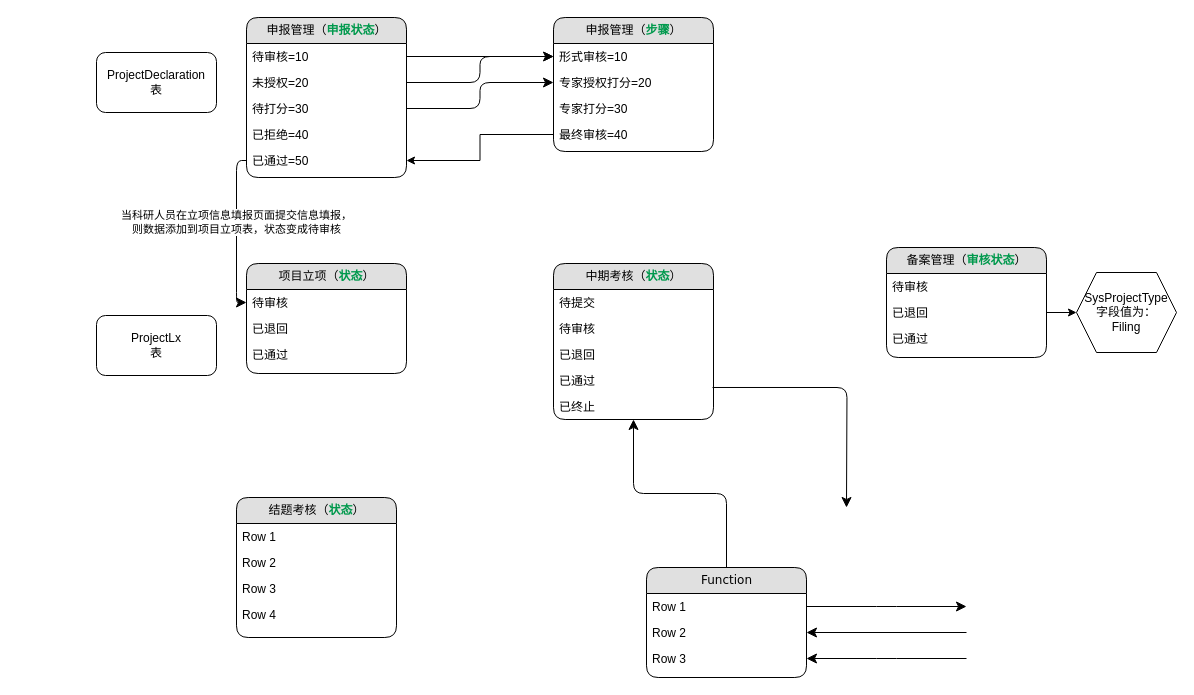
This is 未命名绘图.drawio from wanghuabei/bei, a draw.io file, before an edit. Source tidied: cells renumbered, new cells numbered last; positions are measured from the earlier drawing's top-left corner, leaving out a move shared by most shapes. Both pictures are drawn from the tidied source at 100%, with x=0, y=0 at pixel (96, 17).
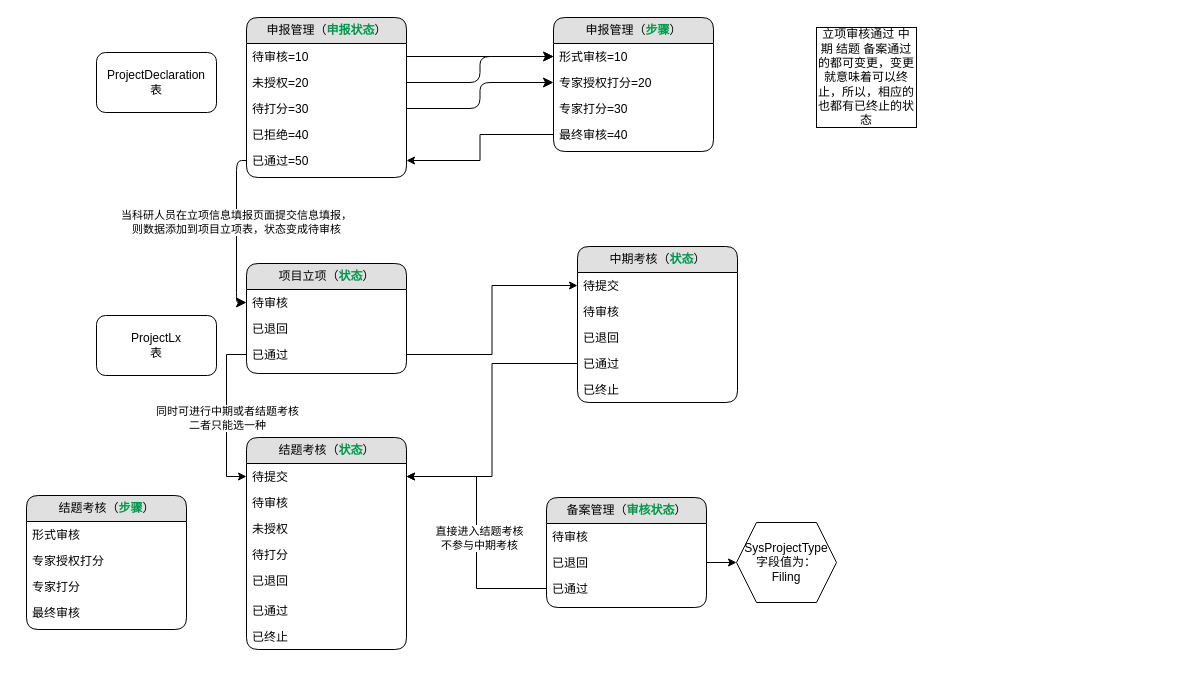
The same diagram, later.

Commit message (it also covers changes not shown here):
更新未命名绘图.drawio

Unchanged cells that the change refers to:
```xml
<mxCell id="17" value="已通过" style="text;html=1;strokeColor=none;fillColor=none;spacingLeft=4;spacingRight=4;whiteSpace=wrap;overflow=hidden;points=[[0,0.5],[1,0.5]];portConstraint=eastwest;" parent="14" vertex="1">
  <mxGeometry y="78" width="160" height="26" as="geometry" />
</mxCell>
<mxCell id="24" value="待提交" style="text;html=1;strokeColor=none;fillColor=none;spacingLeft=4;spacingRight=4;whiteSpace=wrap;overflow=hidden;points=[[0,0.5],[1,0.5]];portConstraint=eastwest;" parent="23" vertex="1">
  <mxGeometry y="26" width="160" height="26" as="geometry" />
</mxCell>
<mxCell id="27" value="已通过" style="text;html=1;strokeColor=none;fillColor=none;spacingLeft=4;spacingRight=4;whiteSpace=wrap;overflow=hidden;points=[[0,0.5],[1,0.5]];portConstraint=eastwest;" parent="23" vertex="1">
  <mxGeometry y="104" width="160" height="26" as="geometry" />
</mxCell>
<mxCell id="46" value="已通过" style="text;html=1;strokeColor=none;fillColor=none;spacingLeft=4;spacingRight=4;whiteSpace=wrap;overflow=hidden;points=[[0,0.5],[1,0.5]];portConstraint=eastwest;" parent="43" vertex="1">
  <mxGeometry y="78" width="160" height="26" as="geometry" />
</mxCell>
```

Diff of the diagram source:
```diff
@@
-    <mxCell id="18" value="结题考核（&lt;b&gt;&lt;font color=&quot;#00994d&quot;&gt;状态&lt;/font&gt;&lt;/b&gt;）" style="swimlane;html=1;fontStyle=0;horizontal=1;startSize=26;fillColor=#e0e0e0;swimlaneFillColor=#ffffff;align=center;rounded=1;shadow=0;comic=0;labelBackgroundColor=none;strokeWidth=1;fontFamily=Verdana;fontSize=12;" parent="1" vertex="1">
-      <mxGeometry x="140" y="480" width="160" height="140" as="geometry" />
-    </mxCell>
-    <mxCell id="19" value="Row 1" style="text;html=1;strokeColor=none;fillColor=none;spacingLeft=4;spacingRight=4;whiteSpace=wrap;overflow=hidden;" parent="18" vertex="1">
-      <mxGeometry y="26" width="160" height="26" as="geometry" />
-    </mxCell>
-    <mxCell id="20" value="Row 2" style="text;html=1;strokeColor=none;fillColor=none;spacingLeft=4;spacingRight=4;whiteSpace=wrap;overflow=hidden;" parent="18" vertex="1">
-      <mxGeometry y="52" width="160" height="26" as="geometry" />
-    </mxCell>
-    <mxCell id="21" value="Row 3" style="text;html=1;strokeColor=none;fillColor=none;spacingLeft=4;spacingRight=4;whiteSpace=wrap;overflow=hidden;" parent="18" vertex="1">
-      <mxGeometry y="78" width="160" height="26" as="geometry" />
-    </mxCell>
-    <mxCell id="22" value="Row 4" style="text;html=1;strokeColor=none;fillColor=none;spacingLeft=4;spacingRight=4;whiteSpace=wrap;overflow=hidden;" parent="18" vertex="1">
-      <mxGeometry y="104" width="160" height="26" as="geometry" />
-    </mxCell>
     <mxCell id="23" value="中期考核（&lt;b&gt;&lt;font color=&quot;#00994d&quot;&gt;状态&lt;/font&gt;&lt;/b&gt;）" style="swimlane;html=1;fontStyle=0;horizontal=1;startSize=26;fillColor=#e0e0e0;swimlaneFillColor=#ffffff;align=center;rounded=1;shadow=0;comic=0;labelBackgroundColor=none;strokeWidth=1;fontFamily=Verdana;fontSize=12;" parent="1" vertex="1">
-      <mxGeometry x="457" y="246" width="160" height="156" as="geometry" />
+      <mxGeometry x="481" y="229" width="160" height="156" as="geometry" />
     </mxCell>
@@
-    <mxCell id="29" value="Function" style="swimlane;html=1;fontStyle=0;horizontal=1;startSize=26;fillColor=#e0e0e0;swimlaneFillColor=#ffffff;align=center;rounded=1;shadow=0;comic=0;labelBackgroundColor=none;strokeWidth=1;fontFamily=Verdana;fontSize=12;" parent="1" vertex="1">
-      <mxGeometry x="550" y="550" width="160" height="110" as="geometry" />
-    </mxCell>
-    <mxCell id="30" value="Row 1" style="text;html=1;strokeColor=none;fillColor=none;spacingLeft=4;spacingRight=4;whiteSpace=wrap;overflow=hidden;points=[[0,0.5],[1,0.5]];portConstraint=eastwest;" parent="29" vertex="1">
-      <mxGeometry y="26" width="160" height="26" as="geometry" />
-    </mxCell>
-    <mxCell id="31" value="Row 2" style="text;html=1;strokeColor=none;fillColor=none;spacingLeft=4;spacingRight=4;whiteSpace=wrap;overflow=hidden;points=[[0,0.5],[1,0.5]];portConstraint=eastwest;" parent="29" vertex="1">
-      <mxGeometry y="52" width="160" height="26" as="geometry" />
-    </mxCell>
-    <mxCell id="32" value="Row 3" style="text;html=1;strokeColor=none;fillColor=none;spacingLeft=4;spacingRight=4;whiteSpace=wrap;overflow=hidden;points=[[0,0.5],[1,0.5]];portConstraint=eastwest;" parent="29" vertex="1">
-      <mxGeometry y="78" width="160" height="26" as="geometry" />
-    </mxCell>
@@
-    <mxCell id="35" style="edgeStyle=orthogonalEdgeStyle;html=1;labelBackgroundColor=none;startFill=0;startSize=8;endFill=1;endSize=8;fontFamily=Verdana;fontSize=12;" parent="1" edge="1" source="29" target="23">
-      <mxGeometry relative="1" as="geometry" />
-    </mxCell>
@@
-    <mxCell id="38" style="edgeStyle=orthogonalEdgeStyle;html=1;labelBackgroundColor=none;startFill=0;startSize=8;endFill=1;endSize=8;fontFamily=Verdana;fontSize=12;exitX=0.994;exitY=0.769;exitDx=0;exitDy=0;exitPerimeter=0;" parent="1" edge="1" source="27">
-      <mxGeometry relative="1" as="geometry">
-        <mxPoint x="750" y="490" as="targetPoint" />
-      </mxGeometry>
-    </mxCell>
-    <mxCell id="39" style="edgeStyle=orthogonalEdgeStyle;html=1;exitX=1;exitY=0.5;labelBackgroundColor=none;startFill=0;startSize=8;endFill=1;endSize=8;fontFamily=Verdana;fontSize=12;" parent="1" edge="1" source="30">
-      <mxGeometry relative="1" as="geometry">
-        <mxPoint x="870" y="589" as="targetPoint" />
-      </mxGeometry>
-    </mxCell>
-    <mxCell id="40" style="edgeStyle=orthogonalEdgeStyle;html=1;labelBackgroundColor=none;startFill=0;startSize=8;endFill=1;endSize=8;fontFamily=Verdana;fontSize=12;entryX=1;entryY=0.5;" parent="1" edge="1" target="31">
-      <mxGeometry relative="1" as="geometry">
-        <mxPoint x="870" y="615" as="sourcePoint" />
-        <Array as="points">
-          <mxPoint x="870" y="615" />
-        </Array>
-      </mxGeometry>
-    </mxCell>
-    <mxCell id="41" style="edgeStyle=orthogonalEdgeStyle;html=1;labelBackgroundColor=none;startFill=0;startSize=8;endFill=1;endSize=8;fontFamily=Verdana;fontSize=12;entryX=1;entryY=0.5;" parent="1" edge="1" target="32">
-      <mxGeometry relative="1" as="geometry">
-        <mxPoint x="870" y="641" as="sourcePoint" />
-        <Array as="points">
-          <mxPoint x="790" y="641" />
-          <mxPoint x="790" y="641" />
-        </Array>
-      </mxGeometry>
-    </mxCell>
@@
     <mxCell id="43" value="备案管理（&lt;b&gt;&lt;font color=&quot;#00994d&quot;&gt;审核&lt;/font&gt;&lt;/b&gt;&lt;b style=&quot;border-color: var(--border-color);&quot;&gt;&lt;font style=&quot;border-color: var(--border-color);&quot; color=&quot;#00994d&quot;&gt;状态&lt;/font&gt;&lt;/b&gt;）" style="swimlane;html=1;fontStyle=0;horizontal=1;startSize=26;fillColor=#e0e0e0;swimlaneFillColor=#ffffff;align=center;rounded=1;shadow=0;comic=0;labelBackgroundColor=none;strokeWidth=1;fontFamily=Verdana;fontSize=12;" parent="1" vertex="1">
-      <mxGeometry x="790" y="230" width="160" height="110" as="geometry" />
+      <mxGeometry x="450" y="480" width="160" height="110" as="geometry" />
     </mxCell>
@@
     <mxCell id="49" value="SysProjectType&lt;br&gt;字段值为：&lt;br&gt;Filing" style="shape=hexagon;perimeter=hexagonPerimeter2;whiteSpace=wrap;html=1;fixedSize=1;" parent="1" vertex="1">
-      <mxGeometry x="980" y="255" width="100" height="80" as="geometry" />
+      <mxGeometry x="640" y="505" width="100" height="80" as="geometry" />
     </mxCell>
@@
+    <mxCell id="52" value="立项审核通过&amp;nbsp;中期&amp;nbsp;结题&amp;nbsp;备案通过的都可变更，变更就意味着可以终止，所以，相应的也都有已终止的状态" style="whiteSpace=wrap;html=1;" parent="1" vertex="1">
+      <mxGeometry x="720" y="10" width="100" height="100" as="geometry" />
+    </mxCell>
+    <mxCell id="18" value="结题考核（&lt;b&gt;&lt;font color=&quot;#00994d&quot;&gt;状态&lt;/font&gt;&lt;/b&gt;）" style="swimlane;html=1;fontStyle=0;horizontal=1;startSize=26;fillColor=#e0e0e0;swimlaneFillColor=#ffffff;align=center;rounded=1;shadow=0;comic=0;labelBackgroundColor=none;strokeWidth=1;fontFamily=Verdana;fontSize=12;" parent="1" vertex="1">
+      <mxGeometry x="150" y="420" width="160" height="212" as="geometry" />
+    </mxCell>
+    <mxCell id="53" value="待提交" style="text;html=1;strokeColor=none;fillColor=none;spacingLeft=4;spacingRight=4;whiteSpace=wrap;overflow=hidden;points=[[0,0.5],[1,0.5]];portConstraint=eastwest;" parent="18" vertex="1">
+      <mxGeometry y="26" width="160" height="26" as="geometry" />
+    </mxCell>
+    <mxCell id="54" value="待审核" style="text;html=1;strokeColor=none;fillColor=none;spacingLeft=4;spacingRight=4;whiteSpace=wrap;overflow=hidden;" parent="18" vertex="1">
+      <mxGeometry y="52" width="160" height="26" as="geometry" />
+    </mxCell>
+    <mxCell id="55" value="未授权" style="text;html=1;strokeColor=none;fillColor=none;spacingLeft=4;spacingRight=4;whiteSpace=wrap;overflow=hidden;" parent="18" vertex="1">
+      <mxGeometry y="78" width="160" height="26" as="geometry" />
+    </mxCell>
+    <mxCell id="56" value="待打分" style="text;html=1;strokeColor=none;fillColor=none;spacingLeft=4;spacingRight=4;whiteSpace=wrap;overflow=hidden;" parent="18" vertex="1">
+      <mxGeometry y="104" width="160" height="26" as="geometry" />
+    </mxCell>
+    <mxCell id="57" value="已退回" style="text;html=1;strokeColor=none;fillColor=none;spacingLeft=4;spacingRight=4;whiteSpace=wrap;overflow=hidden;" parent="18" vertex="1">
+      <mxGeometry y="130" width="160" height="30" as="geometry" />
+    </mxCell>
+    <mxCell id="58" value="已通过" style="text;html=1;strokeColor=none;fillColor=none;spacingLeft=4;spacingRight=4;whiteSpace=wrap;overflow=hidden;" parent="18" vertex="1">
+      <mxGeometry y="160" width="160" height="26" as="geometry" />
+    </mxCell>
+    <mxCell id="59" value="已终止" style="text;html=1;strokeColor=none;fillColor=none;spacingLeft=4;spacingRight=4;whiteSpace=wrap;overflow=hidden;" parent="18" vertex="1">
+      <mxGeometry y="186" width="160" height="26" as="geometry" />
+    </mxCell>
+    <mxCell id="60" style="edgeStyle=orthogonalEdgeStyle;rounded=0;jettySize=auto;html=1;exitX=1;exitY=0.5;exitDx=0;exitDy=0;entryX=0;entryY=0.5;entryDx=0;entryDy=0;" parent="1" edge="1" source="17" target="24">
+      <mxGeometry relative="1" as="geometry" />
+    </mxCell>
+    <mxCell id="61" style="edgeStyle=orthogonalEdgeStyle;rounded=0;jettySize=auto;html=1;exitX=0;exitY=0.5;exitDx=0;exitDy=0;entryX=0;entryY=0.5;entryDx=0;entryDy=0;" parent="1" edge="1" source="17" target="53">
+      <mxGeometry relative="1" as="geometry" />
+    </mxCell>
+    <mxCell id="62" value="同时可进行中期或者结题考核&lt;br&gt;二者只能选一种" style="edgeLabel;html=1;align=center;verticalAlign=middle;" parent="61" vertex="1">
+      <mxGeometry x="-0.14" relative="1" as="geometry">
+        <mxPoint y="13" as="offset" />
+      </mxGeometry>
+    </mxCell>
+    <mxCell id="63" style="edgeStyle=orthogonalEdgeStyle;rounded=0;jettySize=auto;html=1;exitX=0;exitY=0.5;exitDx=0;exitDy=0;entryX=1;entryY=0.5;entryDx=0;entryDy=0;" parent="1" edge="1" source="27" target="53">
+      <mxGeometry relative="1" as="geometry" />
+    </mxCell>
+    <mxCell id="64" style="edgeStyle=orthogonalEdgeStyle;rounded=0;jettySize=auto;html=1;exitX=0;exitY=0.5;exitDx=0;exitDy=0;entryX=1;entryY=0.5;entryDx=0;entryDy=0;" parent="1" edge="1" source="46" target="53">
+      <mxGeometry relative="1" as="geometry" />
+    </mxCell>
+    <mxCell id="65" value="直接进入结题考核&lt;br&gt;不参与中期考核" style="edgeLabel;html=1;align=center;verticalAlign=middle;" parent="64" vertex="1">
+      <mxGeometry x="-0.04" y="-2" relative="1" as="geometry" />
+    </mxCell>
+    <mxCell id="66" value="结题考核（&lt;b&gt;&lt;font color=&quot;#00994d&quot;&gt;步骤&lt;/font&gt;&lt;/b&gt;）" style="swimlane;html=1;fontStyle=0;horizontal=1;startSize=26;fillColor=#e0e0e0;swimlaneFillColor=#ffffff;align=center;rounded=1;shadow=0;comic=0;labelBackgroundColor=none;strokeWidth=1;fontFamily=Verdana;fontSize=12;" parent="1" vertex="1">
+      <mxGeometry x="-70" y="478" width="160" height="134" as="geometry" />
+    </mxCell>
+    <mxCell id="67" value="形式审核" style="text;html=1;strokeColor=none;fillColor=none;spacingLeft=4;spacingRight=4;whiteSpace=wrap;overflow=hidden;points=[[0,0.5],[1,0.5]];portConstraint=eastwest;" parent="66" vertex="1">
+      <mxGeometry y="26" width="160" height="26" as="geometry" />
+    </mxCell>
+    <mxCell id="68" value="专家授权打分" style="text;html=1;strokeColor=none;fillColor=none;spacingLeft=4;spacingRight=4;whiteSpace=wrap;overflow=hidden;" parent="66" vertex="1">
+      <mxGeometry y="52" width="160" height="26" as="geometry" />
+    </mxCell>
+    <mxCell id="69" value="专家打分" style="text;html=1;strokeColor=none;fillColor=none;spacingLeft=4;spacingRight=4;whiteSpace=wrap;overflow=hidden;" parent="66" vertex="1">
+      <mxGeometry y="78" width="160" height="26" as="geometry" />
+    </mxCell>
+    <mxCell id="70" value="最终审核" style="text;html=1;strokeColor=none;fillColor=none;spacingLeft=4;spacingRight=4;whiteSpace=wrap;overflow=hidden;" parent="66" vertex="1">
+      <mxGeometry y="104" width="160" height="26" as="geometry" />
+    </mxCell>
+    <mxCell id="71" style="edgeStyle=orthogonalEdgeStyle;html=1;exitX=0;exitY=0.5;entryX=0;entryY=0.5;labelBackgroundColor=none;startFill=0;startSize=8;endFill=1;endSize=8;fontFamily=Verdana;fontSize=12;entryDx=0;entryDy=0;" parent="66" edge="1" source="67" target="67">
+      <mxGeometry relative="1" as="geometry" />
+    </mxCell>
```
